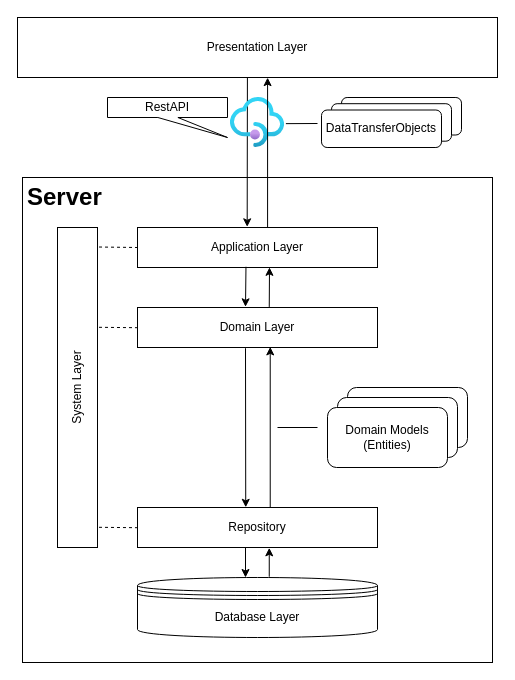
The draw.io diagram docs/diagrams/ArchitectureLayer.drawio in ulftietze/hoot, before the edit. Source tidied: cells renumbered, new cells numbered last; positions are measured from the earlier drawing's top-left corner, leaving out a move shared by most shapes. Both pictures are drawn from the tidied source at 100%, with x=0, y=0 at pixel (17, 17).
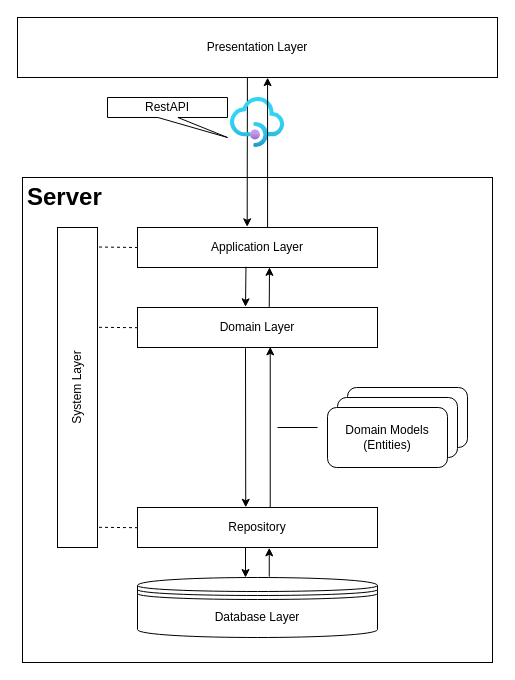
The same page after the edit.

Unchanged cells that the change refers to:
```xml
<mxCell id="24" style="html=1;points=[];align=center;image;fontSize=12;image=img/lib/azure2/app_services/API_Management_Services.svg;" parent="1" vertex="1">
  <mxGeometry x="212.9" y="80" width="54.2" height="50" as="geometry" />
</mxCell>
```

Diff of the diagram source:
```diff
@@
-    <mxCell id="26" style="group;" parent="1" vertex="1">
-      <mxGeometry x="304" y="80" width="140" height="50" as="geometry" />
-    </mxCell>
-    <mxCell id="27" style="rounded=1;whiteSpace=wrap;html=1;" parent="26" vertex="1">
-      <mxGeometry x="20" width="120" height="37.5" as="geometry" />
-    </mxCell>
-    <mxCell id="28" style="rounded=1;whiteSpace=wrap;html=1;" parent="26" vertex="1">
-      <mxGeometry x="10" y="6.2" width="120" height="37.5" as="geometry" />
-    </mxCell>
-    <mxCell id="29" value="DataTransferObjects" style="rounded=1;whiteSpace=wrap;html=1;" parent="26" vertex="1">
-      <mxGeometry y="12.5" width="120" height="37.5" as="geometry" />
-    </mxCell>
-    <mxCell id="30" style="endArrow=none;html=1;rounded=0;exitX=1.024;exitY=0.523;exitDx=0;exitDy=0;exitPerimeter=0;" parent="1" edge="1" source="24">
-      <mxGeometry relative="1" as="geometry">
-        <mxPoint x="300" y="106" as="targetPoint" />
-      </mxGeometry>
-    </mxCell>
```
